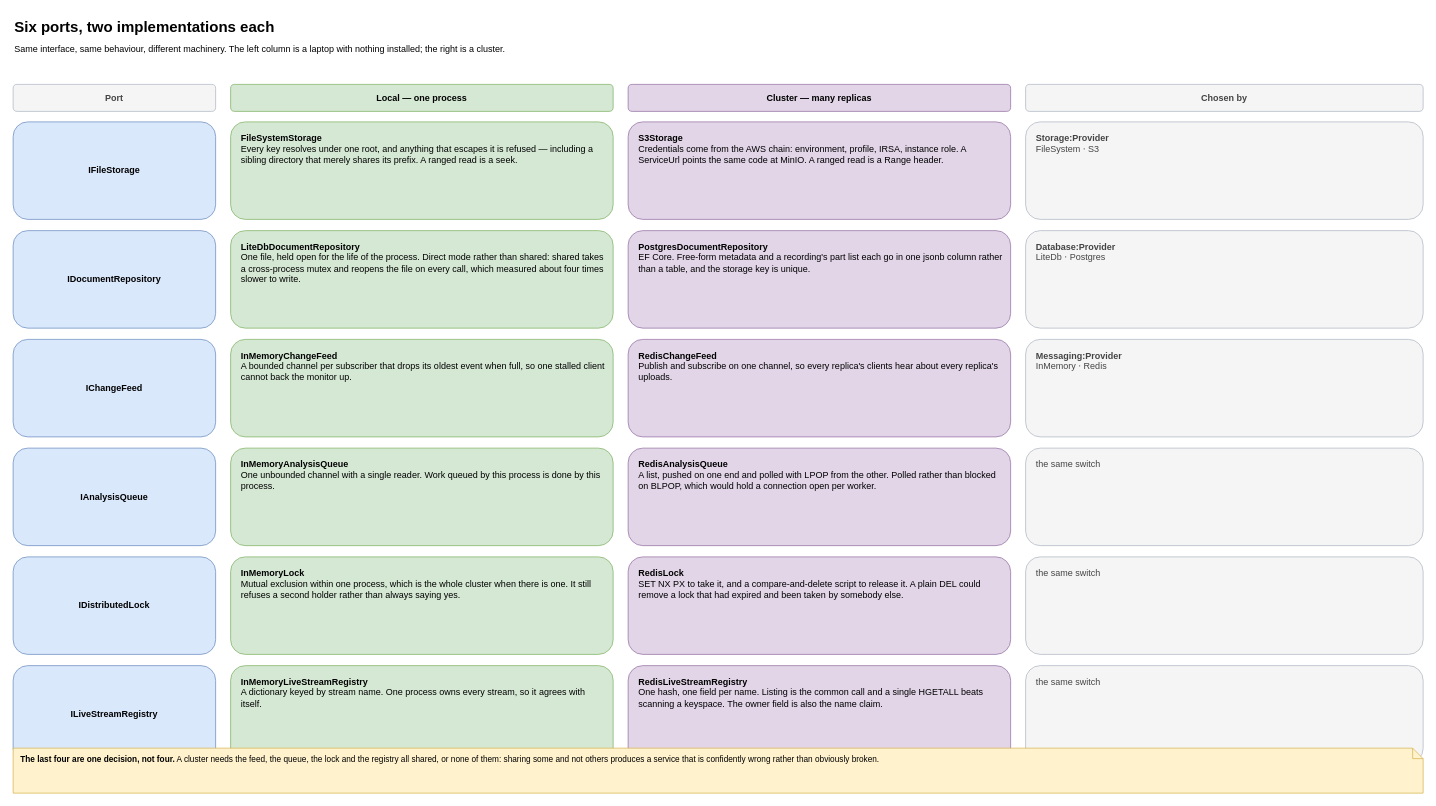
The draw.io diagram page "2. The implementations" (2 of 3) of docs/storage-and-persistence.drawio in magasb1/dotnet-architecture-patterns, before the edit. Source tidied: cells renumbered, new cells numbered last; positions are measured from the earlier drawing's top-left corner, leaving out a move shared by most shapes. Both pictures are drawn from the tidied source at 75%, with x=0, y=0 at pixel (13, 13).
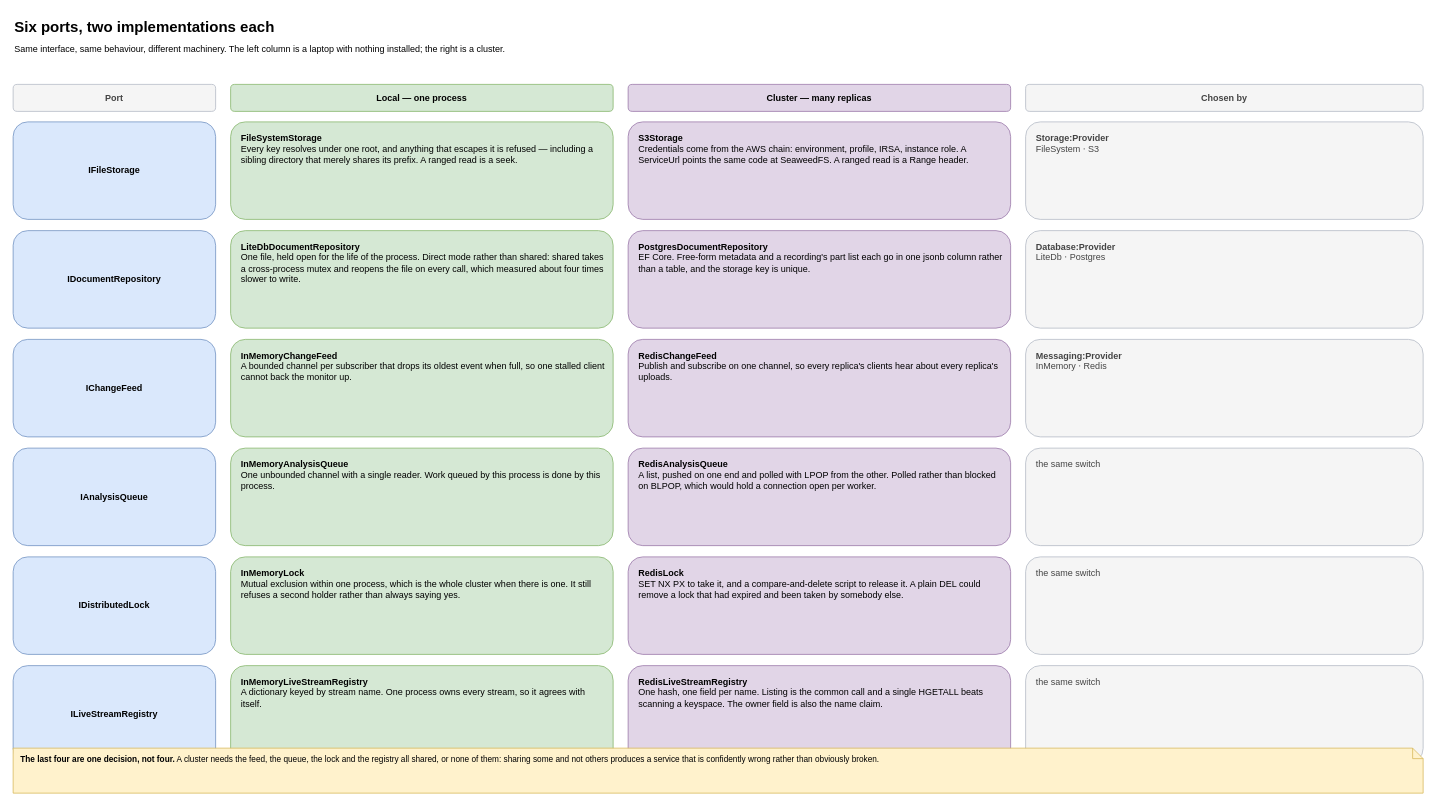
Above is the later version.

The edit, as a diff of the source:
```diff
@@
-    <mxCell id="10" value="&lt;b&gt;S3Storage&lt;/b&gt;&lt;br/&gt;Credentials come from the AWS chain: environment, profile, IRSA, instance role. A ServiceUrl points the same code at MinIO. A ranged read is a Range header." style="rounded=1;whiteSpace=wrap;html=1;fontSize=12;align=left;verticalAlign=top;spacingLeft=12;spacingTop=8;spacingRight=10;fillColor=#e1d5e7;strokeColor=#9673a6;" parent="1" vertex="1">
+    <mxCell id="10" value="&lt;b&gt;S3Storage&lt;/b&gt;&lt;br/&gt;Credentials come from the AWS chain: environment, profile, IRSA, instance role. A ServiceUrl points the same code at SeaweedFS. A ranged read is a Range header." style="rounded=1;whiteSpace=wrap;html=1;fontSize=12;align=left;verticalAlign=top;spacingLeft=12;spacingTop=8;spacingRight=10;fillColor=#e1d5e7;strokeColor=#9673a6;" parent="1" vertex="1">
       <mxGeometry x="820" y="145" width="510" height="130" as="geometry" />
     </mxCell>
```
